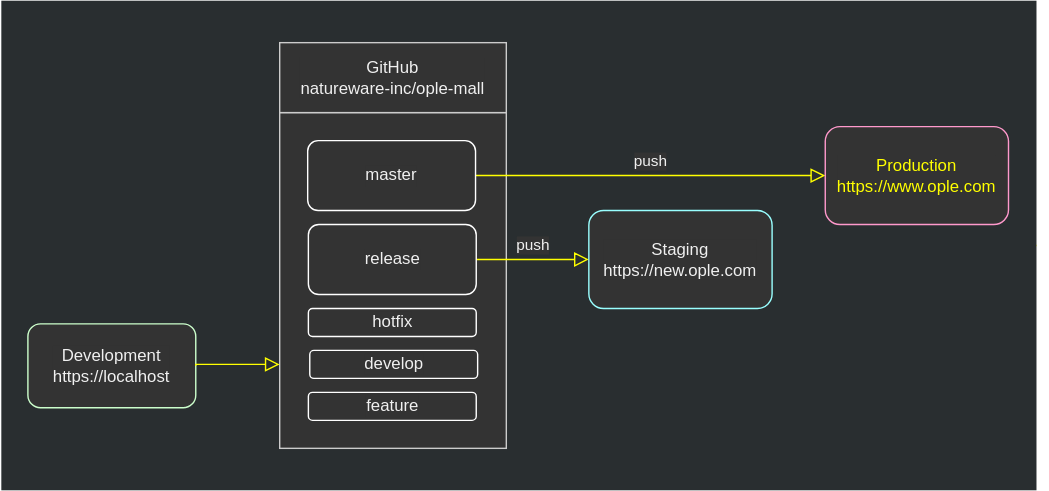
The draw.io diagram assets/.draw.io/references/ople-git-flow.svg in jiholee-ntwglobal/jiholee-ntwglobal.github.io, before a commit. Source tidied: cells renumbered, new cells last; positions are measured from the earlier drawing's top-left corner, leaving out a move shared by most shapes.
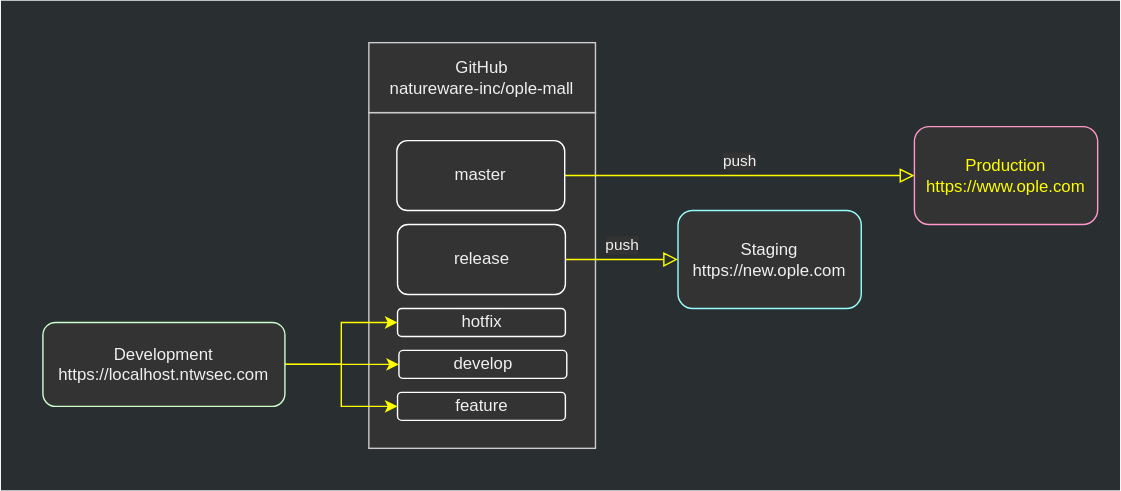
Later version of the same file.

The edit, as a diff of the source:
```diff
@@ -2,13 +2,8 @@
   <root>
     <mxCell id="0" />
     <mxCell id="1" parent="0" />
-    <mxCell id="2" style="edgeStyle=orthogonalEdgeStyle;rounded=0;jettySize=auto;html=1;exitX=1;exitY=0.5;exitDx=0;exitDy=0;labelBackgroundColor=#333333;strokeColor=#FFFF00;fontColor=#F0F0F0;" parent="1" edge="1" source="3">
-      <mxGeometry relative="1" as="geometry">
-        <mxPoint x="730.3" y="180.2" as="targetPoint" />
-      </mxGeometry>
-    </mxCell>
     <mxCell id="3" style="rounded=0;whiteSpace=wrap;html=1;labelBackgroundColor=#333333;fontColor=#F0F0F0;strokeColor=none;fillColor=#292E30;" parent="1" vertex="1">
-      <mxGeometry width="740" height="350" as="geometry" />
+      <mxGeometry x="-64" width="800" height="350" as="geometry" />
     </mxCell>
     <mxCell id="4" style="rounded=0;whiteSpace=wrap;html=1;fontColor=#F0F0F0;labelBackgroundColor=#333333;fillColor=#333333;strokeColor=#CCCCCC;" parent="1" vertex="1">
       <mxGeometry x="199" y="80" width="162" height="240" as="geometry" />
@@ -34,16 +29,18 @@
     <mxCell id="11" value="hotfix" style="rounded=1;whiteSpace=wrap;html=1;fontSize=12;glass=0;strokeWidth=1;shadow=0;fontColor=#F0F0F0;labelBackgroundColor=#333333;fillColor=#333333;strokeColor=#FFFFFF;" parent="1" vertex="1">
       <mxGeometry x="219.5" y="220" width="120" height="20" as="geometry" />
     </mxCell>
+    <mxCell id="17" style="edgeStyle=orthogonalEdgeStyle;rounded=0;jettySize=auto;html=1;fontColor=#FFFF00;strokeColor=#FFFF00;" parent="1" edge="1" source="12" target="11">
+      <mxGeometry relative="1" as="geometry" />
+    </mxCell>
+    <mxCell id="18" style="edgeStyle=orthogonalEdgeStyle;rounded=0;jettySize=auto;html=1;entryX=0;entryY=0.5;entryDx=0;entryDy=0;fontColor=#FFFF00;strokeColor=#FFFF00;" parent="1" edge="1" source="12" target="16">
+      <mxGeometry relative="1" as="geometry" />
+    </mxCell>
+    <mxCell id="19" style="edgeStyle=orthogonalEdgeStyle;rounded=0;jettySize=auto;html=1;entryX=0;entryY=0.5;entryDx=0;entryDy=0;strokeColor=#FFFF00;fontColor=#FFFF00;" parent="1" edge="1" source="12" target="15">
+      <mxGeometry relative="1" as="geometry" />
+    </mxCell>
-    <mxCell id="12" value="Development&lt;br&gt;https://localhost" style="rounded=1;whiteSpace=wrap;html=1;fontSize=12;glass=0;strokeWidth=1;shadow=0;fontColor=#F0F0F0;labelBackgroundColor=#333333;fillColor=#333333;strokeColor=#CCFFCC;" parent="1" vertex="1">
-      <mxGeometry x="19" y="231" width="120" height="60" as="geometry" />
+    <mxCell id="12" value="Development&lt;br&gt;https://localhost.ntwsec.com" style="rounded=1;whiteSpace=wrap;html=1;fontSize=12;glass=0;strokeWidth=1;shadow=0;fontColor=#F0F0F0;labelBackgroundColor=#333333;fillColor=#333333;strokeColor=#CCFFCC;" parent="1" vertex="1">
+      <mxGeometry x="-34" y="230" width="173" height="60" as="geometry" />
     </mxCell>
-    <mxCell id="13" style="edgeStyle=orthogonalEdgeStyle;rounded=0;html=1;jettySize=auto;fontSize=11;endArrow=block;endFill=0;endSize=8;strokeWidth=1;shadow=0;labelBackgroundColor=#333333;exitX=1;exitY=0.5;exitDx=0;exitDy=0;entryX=0;entryY=0.75;entryDx=0;entryDy=0;fontColor=#F0F0F0;fillColor=#008a00;strokeColor=#FFFF00;" parent="1" edge="1" source="12" target="4">
-      <mxGeometry y="10" relative="1" as="geometry">
-        <Array as="points">
-          <mxPoint x="139" y="260" />
-        </Array>
-      </mxGeometry>
-    </mxCell>
     <mxCell id="14" value="GitHub&lt;br&gt;natureware-inc/ople-mall" style="rounded=0;whiteSpace=wrap;html=1;fontColor=#F0F0F0;labelBackgroundColor=#333333;fillColor=#333333;strokeColor=#CCCCCC;" parent="1" vertex="1">
       <mxGeometry x="199" y="30" width="162" height="50" as="geometry" />
     </mxCell>
```
